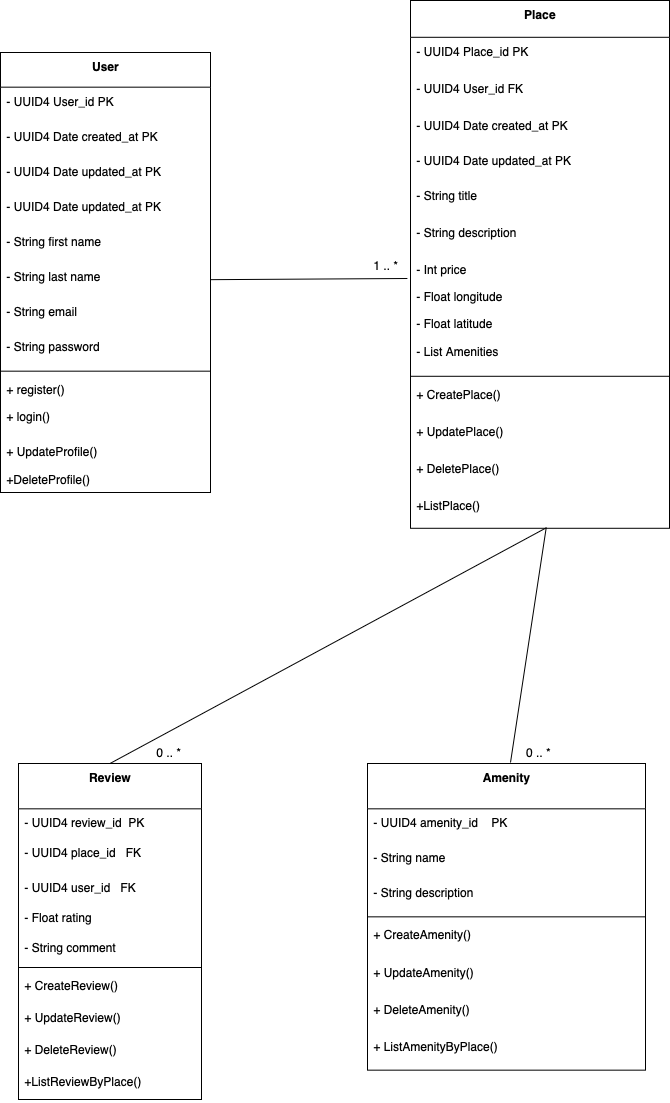
This is part1/1. Detailed Class Diagram for Business Logic Layer.drawio.png from myriam293/holbertonschool-hbnb, a draw.io export, as it was before one commit. Source tidied: cells renumbered, new cells last; positions are measured from the earlier drawing's top-left corner, leaving out a move shared by most shapes. Source of this version:
```xml
<mxGraphModel>
  <root>
    <mxCell id="0" />
    <mxCell id="1" parent="0" />
    <mxCell id="2" value="User" style="swimlane;fontStyle=1;align=center;verticalAlign=top;horizontal=1;startSize=34.666666666666664;" parent="1" vertex="1">
      <mxGeometry y="52" width="210" height="440" as="geometry" />
    </mxCell>
    <mxCell id="3" value="- UUID4 User_id PK" style="text;strokeColor=none;fillColor=none;align=left;verticalAlign=top;spacingLeft=4;spacingRight=4;overflow=hidden;" parent="2" vertex="1">
      <mxGeometry y="34.7" width="210" height="35" as="geometry" />
    </mxCell>
    <mxCell id="4" value="- UUID4 Date created_at PK" style="text;strokeColor=none;fillColor=none;align=left;verticalAlign=top;spacingLeft=4;spacingRight=4;overflow=hidden;" parent="2" vertex="1">
      <mxGeometry y="69.7" width="210" height="35" as="geometry" />
    </mxCell>
    <mxCell id="5" value="- UUID4 Date updated_at PK" style="text;strokeColor=none;fillColor=none;align=left;verticalAlign=top;spacingLeft=4;spacingRight=4;overflow=hidden;" parent="2" vertex="1">
      <mxGeometry y="104.7" width="210" height="35" as="geometry" />
    </mxCell>
    <mxCell id="6" value="- UUID4 Date updated_at PK" style="text;strokeColor=none;fillColor=none;align=left;verticalAlign=top;spacingLeft=4;spacingRight=4;overflow=hidden;" parent="2" vertex="1">
      <mxGeometry y="139.7" width="210" height="35" as="geometry" />
    </mxCell>
    <mxCell id="7" value="- String first name" style="text;strokeColor=none;fillColor=none;align=left;verticalAlign=top;spacingLeft=4;spacingRight=4;overflow=hidden;" parent="2" vertex="1">
      <mxGeometry y="174.7" width="210" height="35" as="geometry" />
    </mxCell>
    <mxCell id="8" value="- String last name" style="text;strokeColor=none;fillColor=none;align=left;verticalAlign=top;spacingLeft=4;spacingRight=4;overflow=hidden;points=[[0,0.5],[1,0.5]];portConstraint=eastwest;" parent="2" vertex="1">
      <mxGeometry y="209.7" width="210" height="35" as="geometry" />
    </mxCell>
    <mxCell id="9" value="- String email" style="text;strokeColor=none;fillColor=none;align=left;verticalAlign=top;spacingLeft=4;spacingRight=4;overflow=hidden;" parent="2" vertex="1">
      <mxGeometry y="244.7" width="210" height="35" as="geometry" />
    </mxCell>
    <mxCell id="10" value="- String password" style="text;strokeColor=none;fillColor=none;align=left;verticalAlign=top;spacingLeft=4;spacingRight=4;overflow=hidden;" parent="2" vertex="1">
      <mxGeometry y="279.7" width="210" height="35" as="geometry" />
    </mxCell>
    <mxCell id="11" style="line;strokeWidth=1;fillColor=none;align=left;verticalAlign=middle;spacingTop=-1;spacingLeft=3;spacingRight=3;labelPosition=right;strokeColor=inherit;" parent="2" vertex="1">
      <mxGeometry y="314.7" width="210" height="8" as="geometry" />
    </mxCell>
    <mxCell id="12" value="+ register()" style="text;strokeColor=none;fillColor=none;align=left;verticalAlign=top;spacingLeft=4;spacingRight=4;overflow=hidden;" parent="2" vertex="1">
      <mxGeometry y="322.7" width="210" height="27.3" as="geometry" />
    </mxCell>
    <mxCell id="13" value="+ login()" style="text;strokeColor=none;fillColor=none;align=left;verticalAlign=top;spacingLeft=4;spacingRight=4;overflow=hidden;" parent="2" vertex="1">
      <mxGeometry y="350" width="210" height="35.3" as="geometry" />
    </mxCell>
    <mxCell id="14" value="+ UpdateProfile()" style="text;strokeColor=none;fillColor=none;align=left;verticalAlign=top;spacingLeft=4;spacingRight=4;overflow=hidden;" parent="2" vertex="1">
      <mxGeometry y="385.3" width="210" height="27.3" as="geometry" />
    </mxCell>
    <mxCell id="15" value="+DeleteProfile()" style="text;strokeColor=none;fillColor=none;align=left;verticalAlign=top;spacingLeft=4;spacingRight=4;overflow=hidden;" parent="2" vertex="1">
      <mxGeometry y="412.7" width="210" height="27.3" as="geometry" />
    </mxCell>
    <mxCell id="16" value="Review" style="swimlane;fontStyle=1;align=center;verticalAlign=top;horizontal=1;startSize=45.333333333333336;" parent="1" vertex="1">
      <mxGeometry x="18" y="763" width="183" height="336" as="geometry" />
    </mxCell>
    <mxCell id="17" value="- UUID4 review_id  PK" style="text;strokeColor=none;fillColor=none;align=left;verticalAlign=top;spacingLeft=4;spacingRight=4;overflow=hidden;" parent="16" vertex="1">
      <mxGeometry y="45.3" width="183" height="30" as="geometry" />
    </mxCell>
    <mxCell id="18" value="- UUID4 place_id   FK" style="text;strokeColor=none;fillColor=none;align=left;verticalAlign=top;spacingLeft=4;spacingRight=4;overflow=hidden;" parent="16" vertex="1">
      <mxGeometry y="75.3" width="183" height="34.7" as="geometry" />
    </mxCell>
    <mxCell id="19" value="- UUID4 user_id   FK" style="text;strokeColor=none;fillColor=none;align=left;verticalAlign=top;spacingLeft=4;spacingRight=4;overflow=hidden;" parent="16" vertex="1">
      <mxGeometry y="110" width="183" height="30" as="geometry" />
    </mxCell>
    <mxCell id="20" value="- Float rating" style="text;strokeColor=none;fillColor=none;align=left;verticalAlign=top;spacingLeft=4;spacingRight=4;overflow=hidden;" parent="16" vertex="1">
      <mxGeometry y="140" width="183" height="30" as="geometry" />
    </mxCell>
    <mxCell id="21" value="- String comment" style="text;strokeColor=none;fillColor=none;align=left;verticalAlign=top;spacingLeft=4;spacingRight=4;overflow=hidden;" parent="16" vertex="1">
      <mxGeometry y="170" width="183" height="30" as="geometry" />
    </mxCell>
    <mxCell id="22" style="line;strokeWidth=1;fillColor=none;align=left;verticalAlign=middle;spacingTop=-1;spacingLeft=3;spacingRight=3;labelPosition=right;strokeColor=inherit;" parent="16" vertex="1">
      <mxGeometry y="200" width="183" height="8" as="geometry" />
    </mxCell>
    <mxCell id="23" value="+ CreateReview()" style="text;strokeColor=none;fillColor=none;align=left;verticalAlign=top;spacingLeft=4;spacingRight=4;overflow=hidden;" parent="16" vertex="1">
      <mxGeometry y="208" width="183" height="32" as="geometry" />
    </mxCell>
    <mxCell id="24" value="+ UpdateReview()" style="text;strokeColor=none;fillColor=none;align=left;verticalAlign=top;spacingLeft=4;spacingRight=4;overflow=hidden;" parent="16" vertex="1">
      <mxGeometry y="240" width="183" height="32" as="geometry" />
    </mxCell>
    <mxCell id="25" value="+ DeleteReview()" style="text;strokeColor=none;fillColor=none;align=left;verticalAlign=top;spacingLeft=4;spacingRight=4;overflow=hidden;" parent="16" vertex="1">
      <mxGeometry y="272" width="183" height="32" as="geometry" />
    </mxCell>
    <mxCell id="26" value="+ListReviewByPlace()" style="text;strokeColor=none;fillColor=none;align=left;verticalAlign=top;spacingLeft=4;spacingRight=4;overflow=hidden;" parent="16" vertex="1">
      <mxGeometry y="304" width="183" height="32" as="geometry" />
    </mxCell>
    <mxCell id="27" value="Amenity" style="swimlane;fontStyle=1;align=center;verticalAlign=top;horizontal=1;startSize=45.333333333333336;" parent="1" vertex="1">
      <mxGeometry x="367" y="763" width="278" height="306.7" as="geometry" />
    </mxCell>
    <mxCell id="28" value="- UUID4 amenity_id    PK" style="text;strokeColor=none;fillColor=none;align=left;verticalAlign=top;spacingLeft=4;spacingRight=4;overflow=hidden;" parent="27" vertex="1">
      <mxGeometry y="45.3" width="278" height="34.7" as="geometry" />
    </mxCell>
    <mxCell id="29" value="- String name" style="text;strokeColor=none;fillColor=none;align=left;verticalAlign=top;spacingLeft=4;spacingRight=4;overflow=hidden;" parent="27" vertex="1">
      <mxGeometry y="80" width="278" height="34.7" as="geometry" />
    </mxCell>
    <mxCell id="30" value="- String description" style="text;strokeColor=none;fillColor=none;align=left;verticalAlign=top;spacingLeft=4;spacingRight=4;overflow=hidden;" parent="27" vertex="1">
      <mxGeometry y="114.7" width="278" height="34.7" as="geometry" />
    </mxCell>
    <mxCell id="31" style="line;strokeWidth=1;fillColor=none;align=left;verticalAlign=middle;spacingTop=-1;spacingLeft=3;spacingRight=3;labelPosition=right;strokeColor=inherit;" parent="27" vertex="1">
      <mxGeometry y="149.3" width="278" height="8" as="geometry" />
    </mxCell>
    <mxCell id="32" value="+ CreateAmenity()" style="text;strokeColor=none;fillColor=none;align=left;verticalAlign=top;spacingLeft=4;spacingRight=4;overflow=hidden;" parent="27" vertex="1">
      <mxGeometry y="157.3" width="278" height="37.3" as="geometry" />
    </mxCell>
    <mxCell id="33" value="+ UpdateAmenity()" style="text;strokeColor=none;fillColor=none;align=left;verticalAlign=top;spacingLeft=4;spacingRight=4;overflow=hidden;" parent="27" vertex="1">
      <mxGeometry y="194.7" width="278" height="37.3" as="geometry" />
    </mxCell>
    <mxCell id="34" value="+ DeleteAmenity()" style="text;strokeColor=none;fillColor=none;align=left;verticalAlign=top;spacingLeft=4;spacingRight=4;overflow=hidden;" parent="27" vertex="1">
      <mxGeometry y="232" width="278" height="37.3" as="geometry" />
    </mxCell>
    <mxCell id="35" value="+ ListAmenityByPlace()" style="text;strokeColor=none;fillColor=none;align=left;verticalAlign=top;spacingLeft=4;spacingRight=4;overflow=hidden;" parent="27" vertex="1">
      <mxGeometry y="269.3" width="278" height="37.3" as="geometry" />
    </mxCell>
    <mxCell id="36" value="Place" style="swimlane;fontStyle=1;align=center;verticalAlign=top;horizontal=1;startSize=36.8;" parent="1" vertex="1">
      <mxGeometry x="410" width="259" height="527.8" as="geometry" />
    </mxCell>
    <mxCell id="37" value="- UUID4 Place_id PK" style="text;strokeColor=none;fillColor=none;align=left;verticalAlign=top;spacingLeft=4;spacingRight=4;overflow=hidden;" parent="36" vertex="1">
      <mxGeometry y="36.8" width="259" height="37" as="geometry" />
    </mxCell>
    <mxCell id="38" value="- UUID4 User_id FK" style="text;strokeColor=none;fillColor=none;align=left;verticalAlign=top;spacingLeft=4;spacingRight=4;overflow=hidden;" parent="36" vertex="1">
      <mxGeometry y="73.8" width="259" height="37" as="geometry" />
    </mxCell>
    <mxCell id="39" value="- UUID4 Date created_at PK" style="text;strokeColor=none;fillColor=none;align=left;verticalAlign=top;spacingLeft=4;spacingRight=4;overflow=hidden;" parent="36" vertex="1">
      <mxGeometry y="110.8" width="259" height="35" as="geometry" />
    </mxCell>
    <mxCell id="40" value="- UUID4 Date updated_at PK" style="text;strokeColor=none;fillColor=none;align=left;verticalAlign=top;spacingLeft=4;spacingRight=4;overflow=hidden;" parent="36" vertex="1">
      <mxGeometry y="145.8" width="259" height="35" as="geometry" />
    </mxCell>
    <mxCell id="41" value="- String title" style="text;strokeColor=none;fillColor=none;align=left;verticalAlign=top;spacingLeft=4;spacingRight=4;overflow=hidden;" parent="36" vertex="1">
      <mxGeometry y="180.8" width="259" height="37" as="geometry" />
    </mxCell>
    <mxCell id="42" value="- String description" style="text;strokeColor=none;fillColor=none;align=left;verticalAlign=top;spacingLeft=4;spacingRight=4;overflow=hidden;" parent="36" vertex="1">
      <mxGeometry y="217.8" width="259" height="37" as="geometry" />
    </mxCell>
    <mxCell id="43" value="- Int price" style="text;strokeColor=none;fillColor=none;align=left;verticalAlign=top;spacingLeft=4;spacingRight=4;overflow=hidden;points=[[0,0.5],[1,0.5]];portConstraint=eastwest;" parent="36" vertex="1">
      <mxGeometry y="254.8" width="259" height="27.3" as="geometry" />
    </mxCell>
    <mxCell id="44" value="- Float longitude" style="text;strokeColor=none;fillColor=none;align=left;verticalAlign=top;spacingLeft=4;spacingRight=4;overflow=hidden;" parent="36" vertex="1">
      <mxGeometry y="282.1" width="259" height="27.3" as="geometry" />
    </mxCell>
    <mxCell id="45" value="- Float latitude" style="text;strokeColor=none;fillColor=none;align=left;verticalAlign=top;spacingLeft=4;spacingRight=4;overflow=hidden;" parent="36" vertex="1">
      <mxGeometry y="309.5" width="259" height="27.3" as="geometry" />
    </mxCell>
    <mxCell id="46" value="- List Amenities" style="text;strokeColor=none;fillColor=none;align=left;verticalAlign=top;spacingLeft=4;spacingRight=4;overflow=hidden;" parent="36" vertex="1">
      <mxGeometry y="336.8" width="259" height="35" as="geometry" />
    </mxCell>
    <mxCell id="47" style="line;strokeWidth=1;fillColor=none;align=left;verticalAlign=middle;spacingTop=-1;spacingLeft=3;spacingRight=3;labelPosition=right;strokeColor=inherit;" parent="36" vertex="1">
      <mxGeometry y="371.8" width="259" height="8" as="geometry" />
    </mxCell>
    <mxCell id="48" value="+ CreatePlace()" style="text;strokeColor=none;fillColor=none;align=left;verticalAlign=top;spacingLeft=4;spacingRight=4;overflow=hidden;" parent="36" vertex="1">
      <mxGeometry y="379.8" width="259" height="37" as="geometry" />
    </mxCell>
    <mxCell id="49" value="+ UpdatePlace()" style="text;strokeColor=none;fillColor=none;align=left;verticalAlign=top;spacingLeft=4;spacingRight=4;overflow=hidden;" parent="36" vertex="1">
      <mxGeometry y="416.8" width="259" height="37" as="geometry" />
    </mxCell>
    <mxCell id="50" value="+ DeletePlace()" style="text;strokeColor=none;fillColor=none;align=left;verticalAlign=top;spacingLeft=4;spacingRight=4;overflow=hidden;" parent="36" vertex="1">
      <mxGeometry y="453.8" width="259" height="37" as="geometry" />
    </mxCell>
    <mxCell id="51" value="+ListPlace()" style="text;strokeColor=none;fillColor=none;align=left;verticalAlign=top;spacingLeft=4;spacingRight=4;overflow=hidden;points=[[0,0.5],[1,0.5]];portConstraint=eastwest;" parent="36" vertex="1">
      <mxGeometry y="490.8" width="259" height="37" as="geometry" />
    </mxCell>
    <mxCell id="52" style="endArrow=none;html=1;rounded=0;exitX=1;exitY=0.5;exitDx=0;exitDy=0;entryX=-0.012;entryY=0.849;entryDx=0;entryDy=0;entryPerimeter=0;" parent="1" edge="1" source="8" target="43">
      <mxGeometry relative="1" as="geometry" />
    </mxCell>
    <mxCell id="53" value="1 .. *" style="text;strokeColor=none;fillColor=none;align=left;verticalAlign=top;spacingLeft=4;spacingRight=4;overflow=hidden;" parent="1" vertex="1">
      <mxGeometry x="367" y="251.4" width="40" height="25" as="geometry" />
    </mxCell>
    <mxCell id="54" style="endArrow=none;html=1;rounded=0;entryX=0.524;entryY=0.984;entryDx=0;entryDy=0;entryPerimeter=0;" parent="1" edge="1" target="51">
      <mxGeometry relative="1" as="geometry">
        <mxPoint x="510" y="762" as="sourcePoint" />
      </mxGeometry>
    </mxCell>
    <mxCell id="55" style="endArrow=none;html=1;rounded=0;exitX=0.5;exitY=0;exitDx=0;exitDy=0;entryX=0.525;entryY=0.984;entryDx=0;entryDy=0;entryPerimeter=0;" parent="1" edge="1" source="16" target="51">
      <mxGeometry relative="1" as="geometry" />
    </mxCell>
    <mxCell id="56" value="0 .. *" style="text;strokeColor=none;fillColor=none;align=left;verticalAlign=top;spacingLeft=4;spacingRight=4;overflow=hidden;" parent="1" vertex="1">
      <mxGeometry x="519.5" y="738" width="40" height="25" as="geometry" />
    </mxCell>
    <mxCell id="57" value="0 .. *" style="text;strokeColor=none;fillColor=none;align=left;verticalAlign=top;spacingLeft=4;spacingRight=4;overflow=hidden;" parent="1" vertex="1">
      <mxGeometry x="150" y="738" width="40" height="25" as="geometry" />
    </mxCell>
  </root>
</mxGraphModel>
```
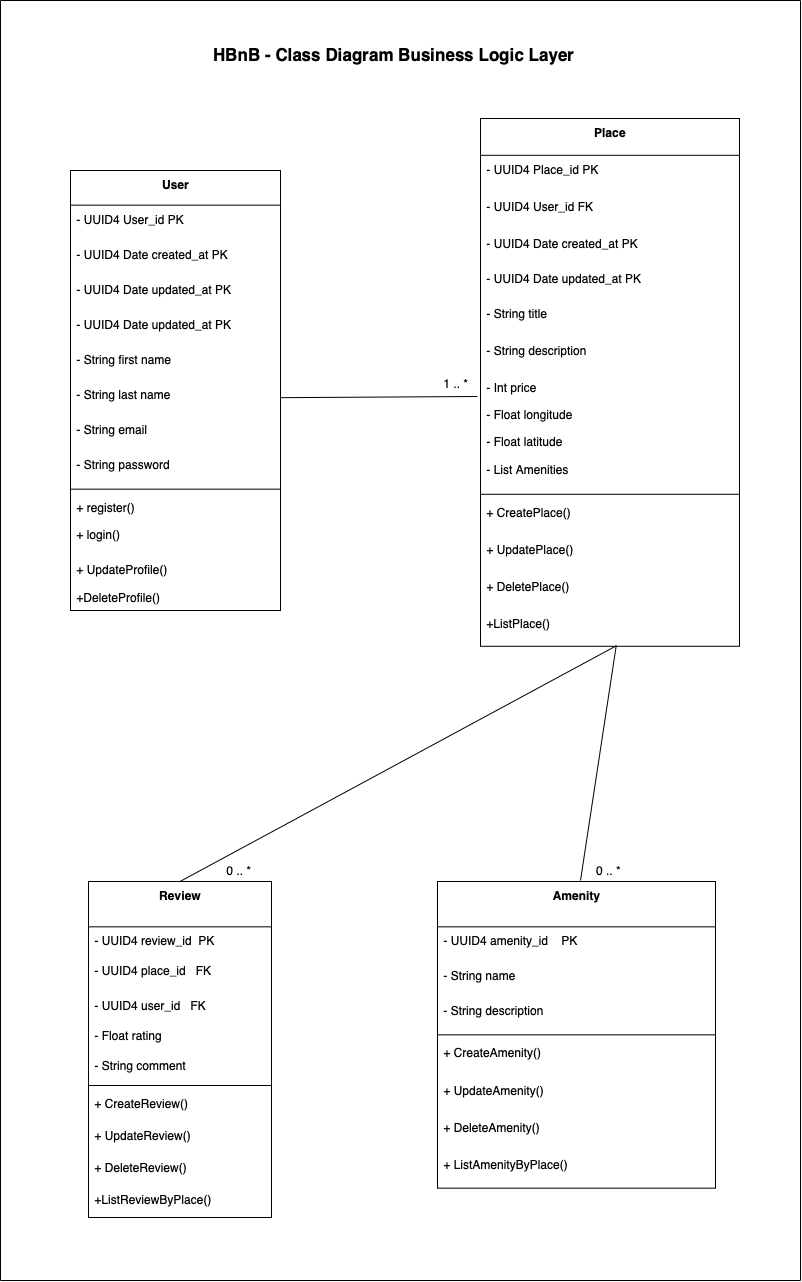
The same diagram one commit later.

What changed in the source:
```diff
@@ -172,5 +172,32 @@
     <mxCell id="57" value="0 .. *" style="text;strokeColor=none;fillColor=none;align=left;verticalAlign=top;spacingLeft=4;spacingRight=4;overflow=hidden;" parent="1" vertex="1">
       <mxGeometry x="150" y="738" width="40" height="25" as="geometry" />
     </mxCell>
+    <mxCell id="58" style="endArrow=none;html=1;rounded=0;" parent="1" edge="1">
+      <mxGeometry relative="1" as="geometry">
+        <mxPoint x="-70" y="1162" as="sourcePoint" />
+        <mxPoint x="-70" y="-118" as="targetPoint" />
+      </mxGeometry>
+    </mxCell>
+    <mxCell id="59" style="endArrow=none;html=1;rounded=0;" parent="1" edge="1">
+      <mxGeometry relative="1" as="geometry">
+        <mxPoint x="730" y="1162" as="sourcePoint" />
+        <mxPoint x="730" y="-118" as="targetPoint" />
+      </mxGeometry>
+    </mxCell>
+    <mxCell id="60" style="endArrow=none;html=1;rounded=0;" parent="1" edge="1">
+      <mxGeometry relative="1" as="geometry">
+        <mxPoint x="-70" y="1162" as="sourcePoint" />
+        <mxPoint x="730" y="1162" as="targetPoint" />
+      </mxGeometry>
+    </mxCell>
+    <mxCell id="61" style="endArrow=none;html=1;rounded=0;" parent="1" edge="1">
+      <mxGeometry relative="1" as="geometry">
+        <mxPoint x="-70" y="-118" as="sourcePoint" />
+        <mxPoint x="730" y="-118" as="targetPoint" />
+      </mxGeometry>
+    </mxCell>
+    <mxCell id="62" value="&lt;span style=&quot;font-size: 17px; font-weight: 700;&quot;&gt;HBnB - Class Diagram Business Logic Layer&amp;nbsp;&lt;/span&gt;" style="text;html=1;align=center;verticalAlign=middle;strokeColor=none;fillColor=none;" parent="1" vertex="1">
+      <mxGeometry x="129.5" y="-80" width="390" height="30" as="geometry" />
+    </mxCell>
   </root>
 </mxGraphModel>
```
